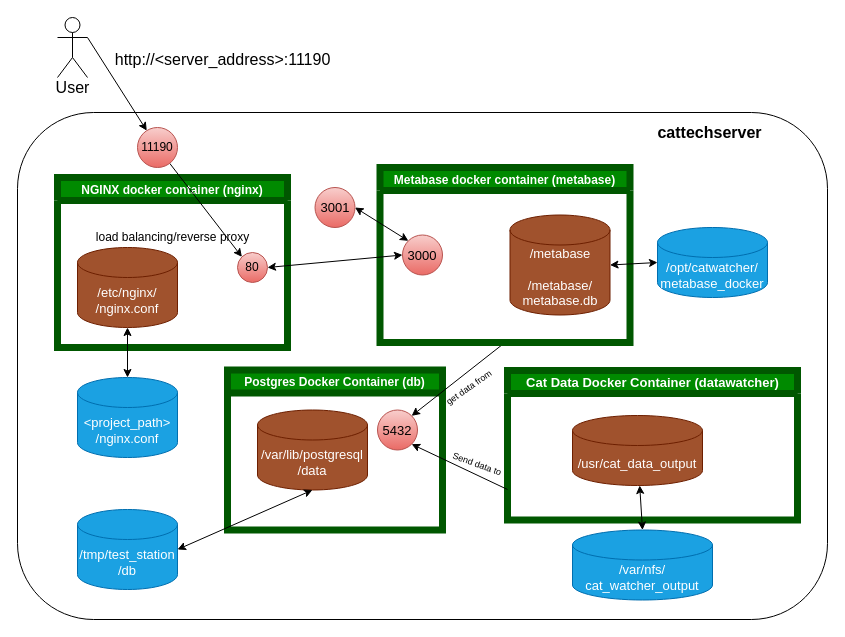
MeanderingNinja/LitterLog-DataPipeline keeps this draw.io diagram as docker/docker-diagram.drawio. Above is the earlier version. Source tidied: cells renumbered, new cells numbered last; positions are measured from the earlier drawing's top-left corner, leaving out a move shared by most shapes. Both pictures are drawn from the tidied source at 100%, with x=0, y=0 at pixel (17, 17).
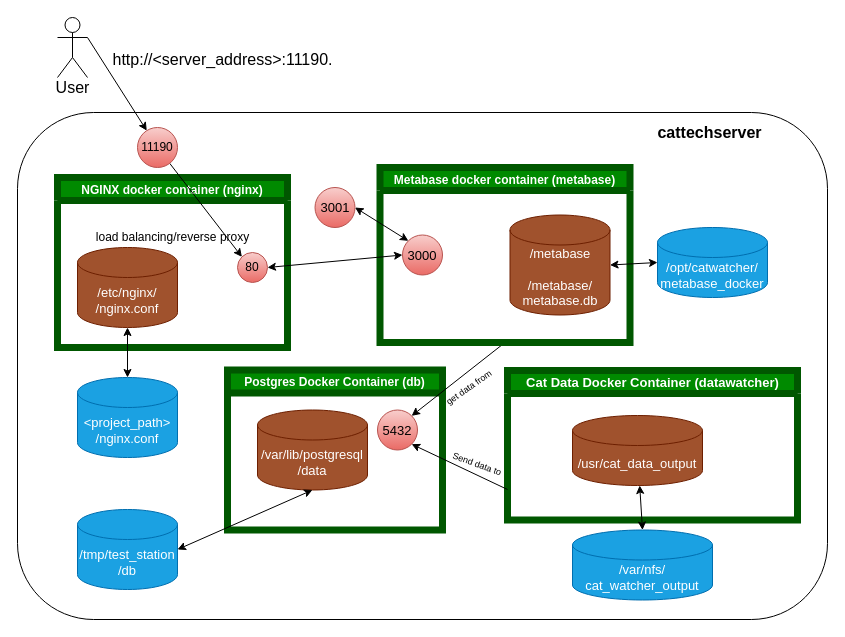
Above is the later version.

What changed in the source:
```diff
@@
-    <mxCell id="32" value="http://&amp;lt;server_address&amp;gt;:11190" style="text;html=1;align=center;verticalAlign=middle;strokeColor=none;fillColor=none;fontSize=16;" parent="1" vertex="1">
-      <mxGeometry x="90" y="32" width="230" height="20" as="geometry" />
+    <mxCell id="32" value="http://&amp;lt;server_address&amp;gt;:11190." style="text;html=1;align=center;verticalAlign=middle;strokeColor=none;fillColor=none;fontSize=16;" parent="1" vertex="1">
+      <mxGeometry x="85" y="32" width="240" height="20" as="geometry" />
     </mxCell>
```
